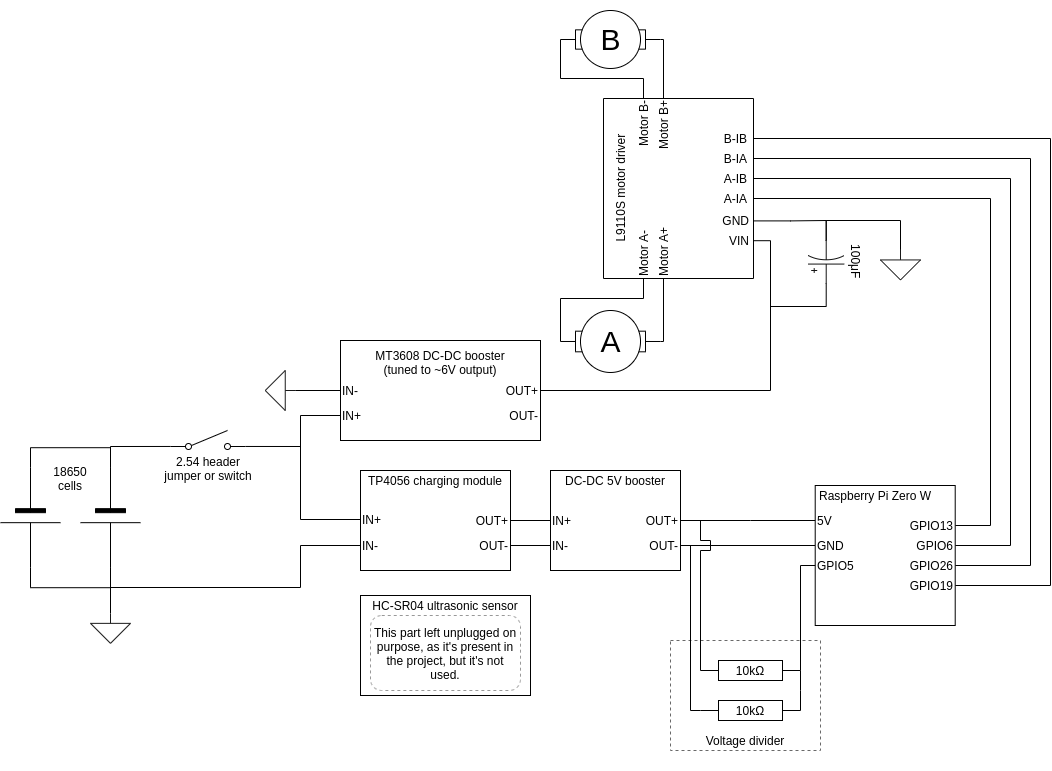
majabojarska/tadpole keeps this draw.io diagram as schematics/tadpole.png. Above is the earlier version. Source tidied: cells renumbered, new cells last; positions are measured from the earlier drawing's top-left corner, leaving out a move shared by most shapes.
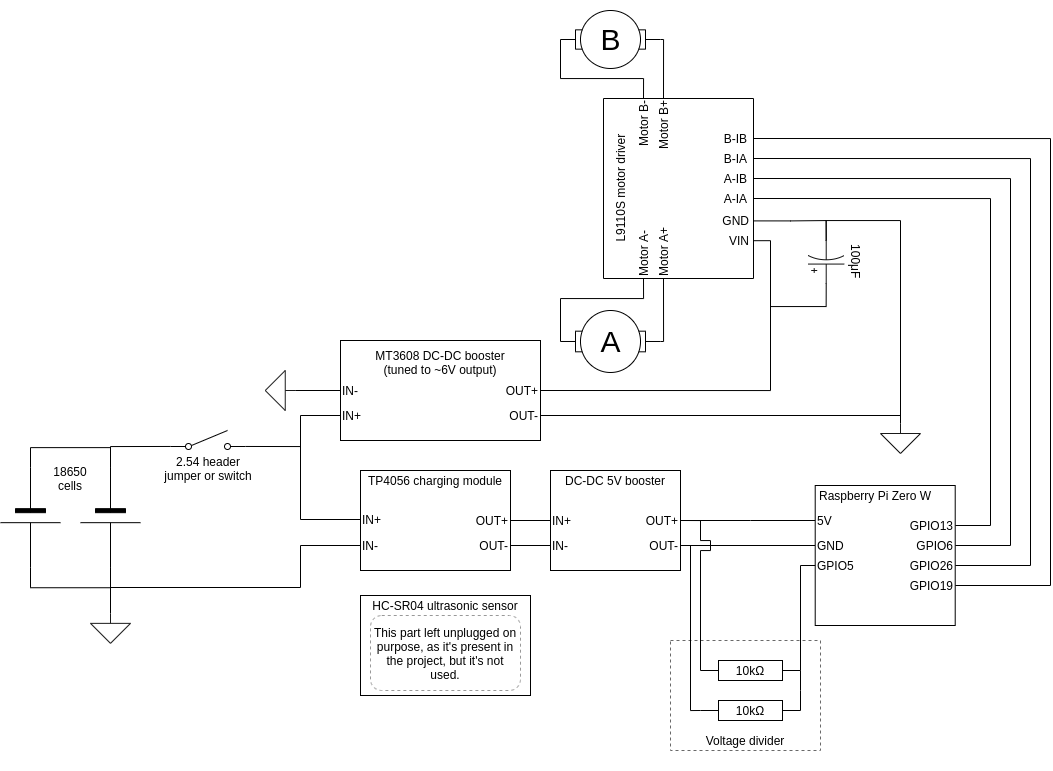
The same diagram one commit later.

The edit, as a diff of the source:
```diff
@@ -437,7 +437,7 @@
       <mxGeometry relative="1" as="geometry" />
     </mxCell>
     <mxCell id="115" style="verticalLabelPosition=bottom;shadow=0;dashed=0;align=center;html=1;verticalAlign=top;shape=mxgraph.electrical.signal_sources.signal_ground;rounded=1;strokeColor=#191919;rotation=0;" parent="1" vertex="1">
-      <mxGeometry x="900" y="249.4" width="40" height="30" as="geometry" />
+      <mxGeometry x="900" y="423" width="40" height="30" as="geometry" />
     </mxCell>
     <mxCell id="116" style="edgeStyle=orthogonalEdgeStyle;rounded=0;jettySize=auto;html=1;exitX=1;exitY=0.5;exitDx=0;exitDy=0;exitPerimeter=0;entryX=0.5;entryY=0;entryDx=0;entryDy=0;entryPerimeter=0;endArrow=none;endFill=0;" parent="1" edge="1" source="104" target="115">
       <mxGeometry relative="1" as="geometry">
@@ -457,5 +457,13 @@
         </Array>
       </mxGeometry>
     </mxCell>
+    <mxCell id="118" style="edgeStyle=orthogonalEdgeStyle;rounded=0;jettySize=auto;html=1;exitX=1;exitY=0.5;exitDx=0;exitDy=0;endArrow=none;endFill=0;" parent="1" edge="1" source="100">
+      <mxGeometry relative="1" as="geometry">
+        <mxPoint x="920" y="415" as="targetPoint" />
+        <Array as="points">
+          <mxPoint x="920" y="415" />
+        </Array>
+      </mxGeometry>
+    </mxCell>
   </root>
 </mxGraphModel>
```
